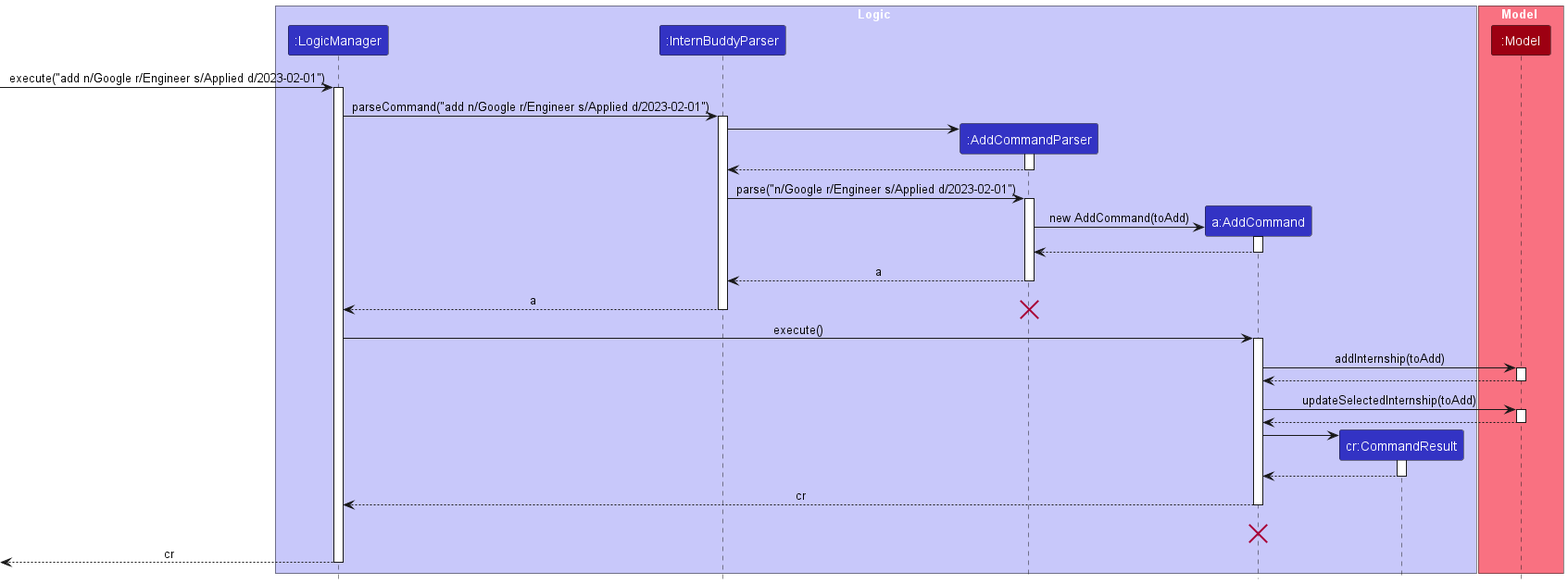
Before: docs/images/AddSequenceDiagram.png, a diagram exported from PlantUML (nus-cs2103-AY2223S2/tp).
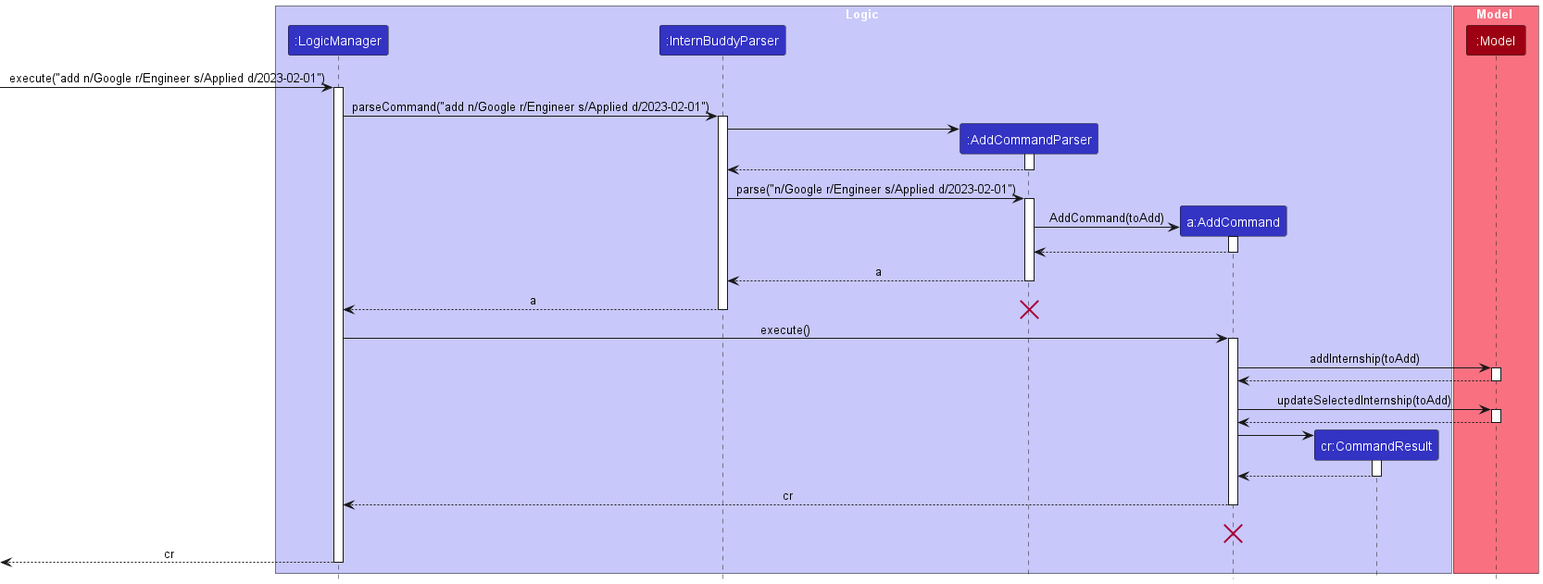
After the change.

Diff of the diagram source:
```diff
@@ -32,7 +32,7 @@
 activate AddCommandParser
 
 create AddCommand
-AddCommandParser -> AddCommand : new AddCommand(toAdd)
+AddCommandParser -> AddCommand : AddCommand(toAdd)
 activate AddCommand
 
 AddCommand --> AddCommandParser
```
